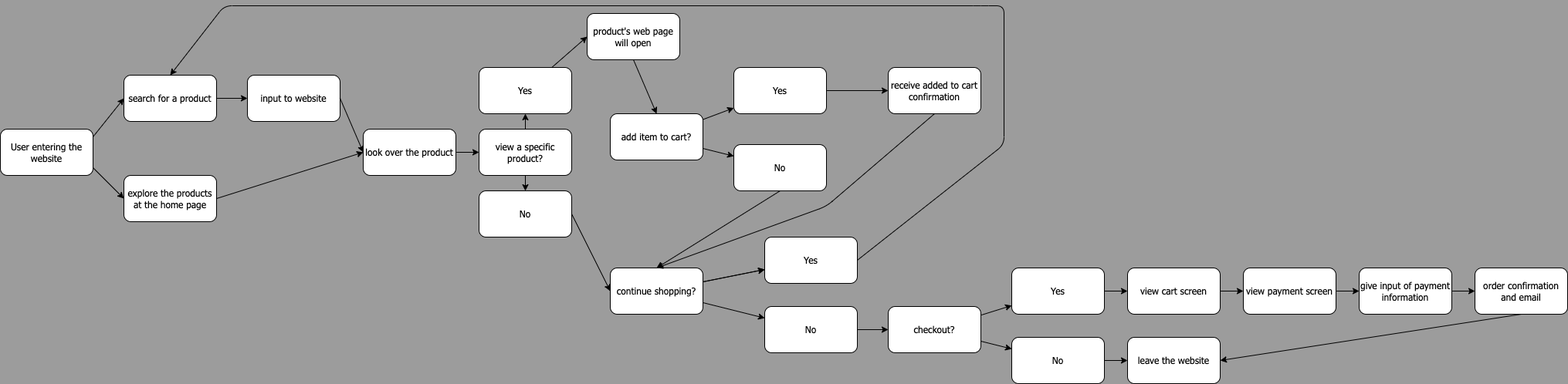
This is explore/diagramming/diagram.drawio.png from joyceweng/fa22-cse110-lab4, a draw.io export, as it was before one commit. Source tidied: cells renumbered, new cells last; positions are measured from the earlier drawing's top-left corner, leaving out a move shared by most shapes.
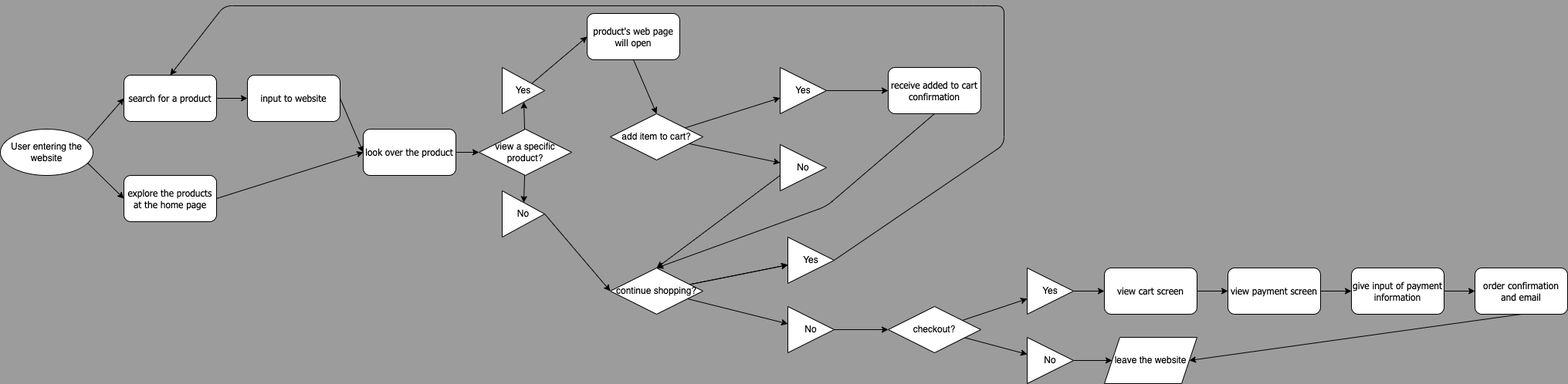
After the change.

Change to the diagram source:
```diff
@@ -2,13 +2,11 @@
   <root>
     <mxCell id="0" />
     <mxCell id="1" parent="0" />
-    <mxCell id="2" value="User entering the website" style="rounded=1;whiteSpace=wrap;html=1;fontFamily=Tahoma;" parent="1" vertex="1">
+    <mxCell id="2" value="User entering the website" style="ellipse;whiteSpace=wrap;html=1;" parent="1" vertex="1">
       <mxGeometry y="160" width="120" height="60" as="geometry" />
     </mxCell>
-    <mxCell id="3" style="endArrow=classic;html=1;fontFamily=Tahoma;entryX=0;entryY=0.5;entryDx=0;entryDy=0;" parent="1" edge="1" target="4">
-      <mxGeometry relative="1" as="geometry">
-        <mxPoint x="120" y="170" as="sourcePoint" />
-      </mxGeometry>
+    <mxCell id="3" style="endArrow=classic;html=1;fontFamily=Tahoma;entryX=0;entryY=0.5;entryDx=0;entryDy=0;exitX=0.942;exitY=0.233;exitDx=0;exitDy=0;exitPerimeter=0;" parent="1" edge="1" source="2" target="4">
+      <mxGeometry relative="1" as="geometry" />
     </mxCell>
     <mxCell id="4" value="search for a product" style="rounded=1;whiteSpace=wrap;html=1;fontFamily=Tahoma;" parent="1" vertex="1">
       <mxGeometry x="160" y="90" width="120" height="60" as="geometry" />
@@ -16,10 +14,8 @@
     <mxCell id="5" value="explore the products at the home page" style="rounded=1;whiteSpace=wrap;html=1;fontFamily=Tahoma;" parent="1" vertex="1">
       <mxGeometry x="160" y="220" width="120" height="60" as="geometry" />
     </mxCell>
-    <mxCell id="6" style="endArrow=classic;html=1;fontFamily=Tahoma;entryX=0;entryY=0.5;entryDx=0;entryDy=0;" parent="1" edge="1" target="5">
-      <mxGeometry relative="1" as="geometry">
-        <mxPoint x="120" y="210" as="sourcePoint" />
-      </mxGeometry>
+    <mxCell id="6" style="endArrow=classic;html=1;fontFamily=Tahoma;entryX=0;entryY=0.5;entryDx=0;entryDy=0;exitX=0.942;exitY=0.733;exitDx=0;exitDy=0;exitPerimeter=0;" parent="1" edge="1" source="2" target="5">
+      <mxGeometry relative="1" as="geometry" />
     </mxCell>
     <mxCell id="7" value="input to website" style="rounded=1;whiteSpace=wrap;html=1;fontFamily=Tahoma;" parent="1" vertex="1">
       <mxGeometry x="320" y="90" width="120" height="60" as="geometry" />
@@ -49,7 +45,7 @@
     <mxCell id="14" style="edgeStyle=none;html=1;fontFamily=Tahoma;" parent="1" edge="1" source="15" target="20">
       <mxGeometry relative="1" as="geometry" />
     </mxCell>
-    <mxCell id="15" value="view a specific product?" style="whiteSpace=wrap;html=1;fontFamily=Tahoma;rounded=1;" parent="1" vertex="1">
+    <mxCell id="15" value="view a specific product?" style="rhombus;whiteSpace=wrap;html=1;" parent="1" vertex="1">
       <mxGeometry x="620" y="160" width="120" height="60" as="geometry" />
     </mxCell>
     <mxCell id="16" style="edgeStyle=none;html=1;fontFamily=Tahoma;exitX=0.5;exitY=1;exitDx=0;exitDy=0;entryX=0.5;entryY=0;entryDx=0;entryDy=0;" parent="1" edge="1" source="34" target="28">
@@ -58,14 +54,14 @@
     <mxCell id="17" style="edgeStyle=none;html=1;fontFamily=Tahoma;entryX=0;entryY=0.5;entryDx=0;entryDy=0;" parent="1" edge="1" source="18" target="34">
       <mxGeometry relative="1" as="geometry" />
     </mxCell>
-    <mxCell id="18" value="Yes" style="whiteSpace=wrap;html=1;fontFamily=Tahoma;rounded=1;labelBackgroundColor=none;fontColor=default;" parent="1" vertex="1">
-      <mxGeometry x="620" y="80" width="120" height="60" as="geometry" />
+    <mxCell id="18" value="Yes" style="triangle;whiteSpace=wrap;html=1;" parent="1" vertex="1">
+      <mxGeometry x="650" y="80" width="55" height="60" as="geometry" />
     </mxCell>
     <mxCell id="19" style="edgeStyle=none;html=1;exitX=1;exitY=0.5;exitDx=0;exitDy=0;fontFamily=Tahoma;entryX=0;entryY=0.5;entryDx=0;entryDy=0;" parent="1" edge="1" source="20" target="24">
       <mxGeometry relative="1" as="geometry" />
     </mxCell>
-    <mxCell id="20" value="No" style="whiteSpace=wrap;html=1;fontFamily=Tahoma;rounded=1;" parent="1" vertex="1">
-      <mxGeometry x="620" y="240" width="120" height="60" as="geometry" />
+    <mxCell id="20" value="No" style="triangle;whiteSpace=wrap;html=1;" parent="1" vertex="1">
+      <mxGeometry x="650" y="240" width="55" height="60" as="geometry" />
     </mxCell>
     <mxCell id="21" style="edgeStyle=none;html=1;fontFamily=Tahoma;" parent="1" edge="1" source="24" target="35">
       <mxGeometry relative="1" as="geometry" />
@@ -76,7 +72,7 @@
     <mxCell id="23" style="edgeStyle=none;html=1;fontFamily=Tahoma;exitX=1;exitY=0.75;exitDx=0;exitDy=0;" parent="1" edge="1" source="24" target="37">
       <mxGeometry relative="1" as="geometry" />
     </mxCell>
-    <mxCell id="24" value="continue shopping?" style="whiteSpace=wrap;html=1;fontFamily=Tahoma;rounded=1;" parent="1" vertex="1">
+    <mxCell id="24" value="continue shopping?" style="rhombus;whiteSpace=wrap;html=1;" parent="1" vertex="1">
       <mxGeometry x="790" y="340" width="120" height="60" as="geometry" />
     </mxCell>
     <mxCell id="25" style="edgeStyle=none;html=1;fontFamily=Tahoma;exitX=1;exitY=0.5;exitDx=0;exitDy=0;entryX=0;entryY=0.5;entryDx=0;entryDy=0;labelBackgroundColor=default;" parent="1" edge="1" source="31" target="30">
@@ -88,7 +84,7 @@
     <mxCell id="27" style="edgeStyle=none;html=1;fontFamily=Tahoma;" parent="1" edge="1" source="28" target="33">
       <mxGeometry relative="1" as="geometry" />
     </mxCell>
-    <mxCell id="28" value="add item to cart?" style="whiteSpace=wrap;html=1;fontFamily=Tahoma;rounded=1;" parent="1" vertex="1">
+    <mxCell id="28" value="add item to cart?" style="rhombus;whiteSpace=wrap;html=1;" parent="1" vertex="1">
       <mxGeometry x="790" y="140" width="120" height="60" as="geometry" />
     </mxCell>
     <mxCell id="29" style="edgeStyle=none;html=1;exitX=0.5;exitY=1;exitDx=0;exitDy=0;entryX=0.5;entryY=0;entryDx=0;entryDy=0;fontFamily=Tahoma;" parent="1" edge="1" source="30" target="24">
@@ -101,26 +97,30 @@
     <mxCell id="30" value="receive added to cart confirmation" style="whiteSpace=wrap;html=1;fontFamily=Tahoma;rounded=1;" parent="1" vertex="1">
       <mxGeometry x="1150" y="80" width="120" height="60" as="geometry" />
     </mxCell>
-    <mxCell id="31" value="Yes" style="whiteSpace=wrap;html=1;fontFamily=Tahoma;rounded=1;" parent="1" vertex="1">
-      <mxGeometry x="950" y="80" width="120" height="60" as="geometry" />
+    <mxCell id="31" value="Yes" style="triangle;whiteSpace=wrap;html=1;" parent="1" vertex="1">
+      <mxGeometry x="1010" y="80" width="60" height="60" as="geometry" />
     </mxCell>
-    <mxCell id="32" style="edgeStyle=none;html=1;fontFamily=Tahoma;entryX=0.5;entryY=0;entryDx=0;entryDy=0;exitX=0.5;exitY=1;exitDx=0;exitDy=0;" parent="1" edge="1" source="33" target="24">
-      <mxGeometry relative="1" as="geometry" />
+    <mxCell id="32" style="edgeStyle=none;html=1;fontFamily=Tahoma;entryX=0.5;entryY=0;entryDx=0;entryDy=0;" parent="1" edge="1" source="33" target="24">
+      <mxGeometry relative="1" as="geometry">
+        <Array as="points">
+          <mxPoint x="1010" y="220" />
+        </Array>
+      </mxGeometry>
     </mxCell>
-    <mxCell id="33" value="No" style="whiteSpace=wrap;html=1;fontFamily=Tahoma;rounded=1;" parent="1" vertex="1">
-      <mxGeometry x="950" y="180" width="120" height="60" as="geometry" />
+    <mxCell id="33" value="No" style="triangle;whiteSpace=wrap;html=1;" parent="1" vertex="1">
+      <mxGeometry x="1010" y="180" width="60" height="60" as="geometry" />
     </mxCell>
     <mxCell id="34" value="product's web page will open" style="whiteSpace=wrap;html=1;fontFamily=Tahoma;rounded=1;" parent="1" vertex="1">
       <mxGeometry x="760" y="10" width="120" height="60" as="geometry" />
     </mxCell>
-    <mxCell id="35" value="Yes" style="whiteSpace=wrap;html=1;fontFamily=Tahoma;rounded=1;" parent="1" vertex="1">
-      <mxGeometry x="990" y="300" width="120" height="60" as="geometry" />
+    <mxCell id="35" value="Yes" style="triangle;whiteSpace=wrap;html=1;" parent="1" vertex="1">
+      <mxGeometry x="1020" y="300" width="60" height="60" as="geometry" />
     </mxCell>
     <mxCell id="36" style="edgeStyle=none;html=1;fontFamily=Tahoma;" parent="1" edge="1" source="37" target="40">
       <mxGeometry relative="1" as="geometry" />
     </mxCell>
-    <mxCell id="37" value="No" style="whiteSpace=wrap;html=1;fontFamily=Tahoma;rounded=1;" parent="1" vertex="1">
-      <mxGeometry x="990" y="390" width="120" height="60" as="geometry" />
+    <mxCell id="37" value="No" style="triangle;whiteSpace=wrap;html=1;" parent="1" vertex="1">
+      <mxGeometry x="1020" y="390" width="60" height="60" as="geometry" />
     </mxCell>
     <mxCell id="38" style="edgeStyle=none;html=1;fontFamily=Tahoma;" parent="1" edge="1" source="40" target="42">
       <mxGeometry relative="1" as="geometry" />
@@ -128,41 +128,41 @@
     <mxCell id="39" style="edgeStyle=none;html=1;fontFamily=Tahoma;" parent="1" edge="1" source="40" target="44">
       <mxGeometry relative="1" as="geometry" />
     </mxCell>
-    <mxCell id="40" value="checkout?" style="whiteSpace=wrap;html=1;fontFamily=Tahoma;rounded=1;" parent="1" vertex="1">
+    <mxCell id="40" value="checkout?" style="rhombus;whiteSpace=wrap;html=1;" parent="1" vertex="1">
       <mxGeometry x="1150" y="390" width="120" height="60" as="geometry" />
     </mxCell>
     <mxCell id="41" style="edgeStyle=none;html=1;fontFamily=Tahoma;" parent="1" edge="1" source="42" target="47">
       <mxGeometry relative="1" as="geometry" />
     </mxCell>
-    <mxCell id="42" value="Yes" style="whiteSpace=wrap;html=1;fontFamily=Tahoma;rounded=1;" parent="1" vertex="1">
-      <mxGeometry x="1310" y="340" width="120" height="60" as="geometry" />
+    <mxCell id="42" value="Yes" style="triangle;whiteSpace=wrap;html=1;" parent="1" vertex="1">
+      <mxGeometry x="1330" y="340" width="60" height="60" as="geometry" />
     </mxCell>
     <mxCell id="43" style="edgeStyle=none;html=1;fontFamily=Tahoma;" parent="1" edge="1" source="44" target="45">
       <mxGeometry relative="1" as="geometry" />
     </mxCell>
-    <mxCell id="44" value="No" style="whiteSpace=wrap;html=1;fontFamily=Tahoma;rounded=1;" parent="1" vertex="1">
-      <mxGeometry x="1310" y="430" width="120" height="60" as="geometry" />
+    <mxCell id="44" value="No" style="triangle;whiteSpace=wrap;html=1;" parent="1" vertex="1">
+      <mxGeometry x="1330" y="430" width="60" height="60" as="geometry" />
     </mxCell>
-    <mxCell id="45" value="leave the website" style="whiteSpace=wrap;html=1;fontFamily=Tahoma;rounded=1;" parent="1" vertex="1">
-      <mxGeometry x="1460" y="430" width="120" height="60" as="geometry" />
+    <mxCell id="45" value="leave the website" style="shape=parallelogram;perimeter=parallelogramPerimeter;whiteSpace=wrap;html=1;fixedSize=1;" parent="1" vertex="1">
+      <mxGeometry x="1430" y="430" width="120" height="60" as="geometry" />
     </mxCell>
     <mxCell id="46" style="edgeStyle=none;html=1;fontFamily=Tahoma;" parent="1" edge="1" source="47" target="49">
       <mxGeometry relative="1" as="geometry" />
     </mxCell>
     <mxCell id="47" value="view cart screen" style="whiteSpace=wrap;html=1;fontFamily=Tahoma;rounded=1;" parent="1" vertex="1">
-      <mxGeometry x="1460" y="340" width="120" height="60" as="geometry" />
+      <mxGeometry x="1430" y="340" width="120" height="60" as="geometry" />
     </mxCell>
     <mxCell id="48" style="edgeStyle=none;html=1;fontFamily=Tahoma;" parent="1" edge="1" source="49" target="51">
       <mxGeometry relative="1" as="geometry" />
     </mxCell>
     <mxCell id="49" value="view payment screen" style="whiteSpace=wrap;html=1;fontFamily=Tahoma;rounded=1;" parent="1" vertex="1">
-      <mxGeometry x="1610" y="340" width="120" height="60" as="geometry" />
+      <mxGeometry x="1590" y="340" width="120" height="60" as="geometry" />
     </mxCell>
     <mxCell id="50" style="edgeStyle=none;html=1;fontFamily=Tahoma;" parent="1" edge="1" source="51" target="53">
       <mxGeometry relative="1" as="geometry" />
     </mxCell>
     <mxCell id="51" value="give input of payment information" style="whiteSpace=wrap;html=1;fontFamily=Tahoma;rounded=1;" parent="1" vertex="1">
-      <mxGeometry x="1760" y="340" width="120" height="60" as="geometry" />
+      <mxGeometry x="1750" y="340" width="120" height="60" as="geometry" />
     </mxCell>
     <mxCell id="52" style="edgeStyle=none;html=1;fontFamily=Tahoma;exitX=0.5;exitY=1;exitDx=0;exitDy=0;entryX=1;entryY=0.5;entryDx=0;entryDy=0;" parent="1" edge="1" source="53" target="45">
       <mxGeometry relative="1" as="geometry" />
```
